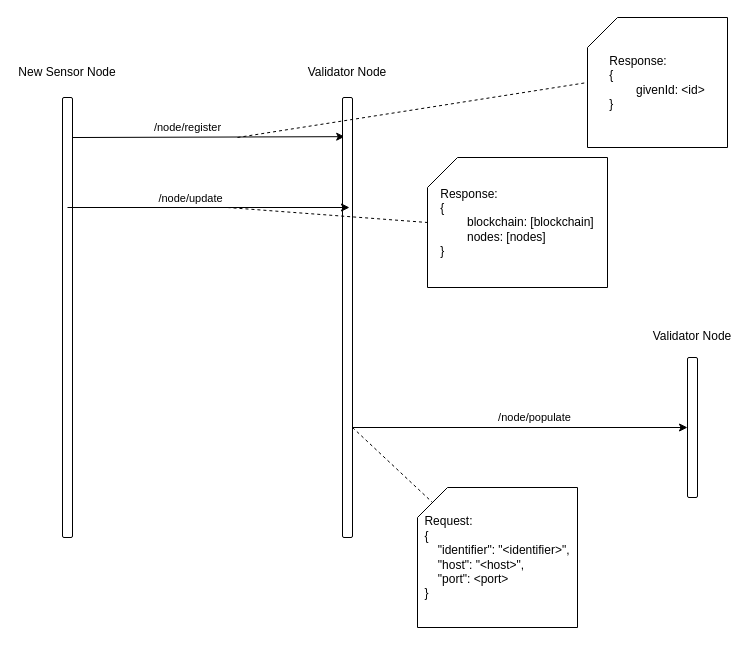
pjpawel/pos-iot keeps this draw.io diagram as page "RegistrationProcess" (4 of 6) of schematy.drawio. Above is the earlier version. Source tidied: cells renumbered, new cells numbered last; positions are measured from the earlier drawing's top-left corner, leaving out a move shared by most shapes. Both pictures are drawn from the tidied source at 100%, with x=0, y=0 at pixel (17, 17).
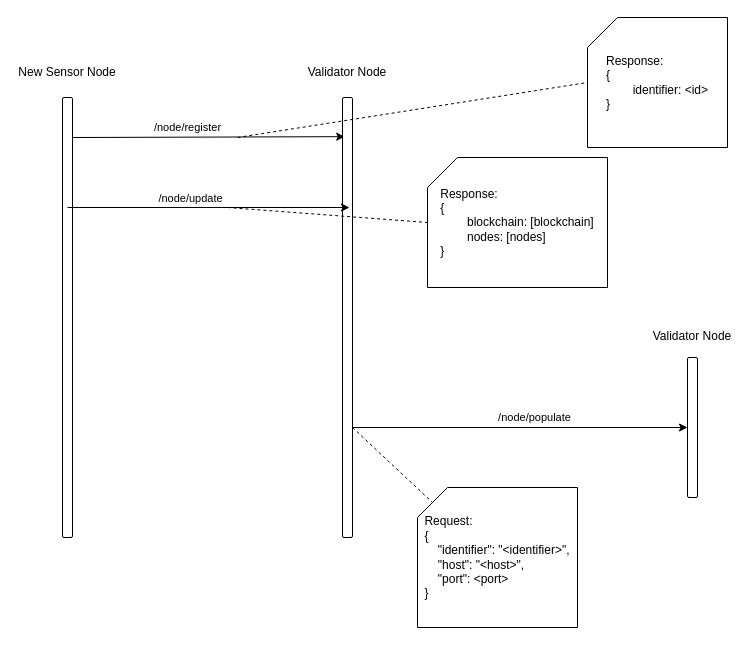
Above is the later version.

The edit, as a diff of the source:
```diff
@@
-    <mxCell id="10" value="&lt;div style=&quot;text-align: left;&quot;&gt;&lt;span style=&quot;background-color: initial;&quot;&gt;Response:&lt;/span&gt;&lt;/div&gt;&lt;div style=&quot;text-align: left;&quot;&gt;&lt;span style=&quot;background-color: initial;&quot;&gt;{&lt;/span&gt;&lt;/div&gt;&lt;div style=&quot;text-align: left;&quot;&gt;&lt;span style=&quot;background-color: initial; white-space: pre;&quot;&gt;&#9;&lt;/span&gt;givenId: &amp;lt;id&amp;gt;&lt;/div&gt;&lt;div style=&quot;text-align: left;&quot;&gt;&lt;span style=&quot;background-color: initial;&quot;&gt;}&lt;/span&gt;&lt;/div&gt;" style="shape=card;whiteSpace=wrap;html=1;" parent="1" vertex="1">
+    <mxCell id="10" value="&lt;div style=&quot;text-align: left;&quot;&gt;&lt;span style=&quot;background-color: initial;&quot;&gt;Response:&lt;/span&gt;&lt;/div&gt;&lt;div style=&quot;text-align: left;&quot;&gt;&lt;span style=&quot;background-color: initial;&quot;&gt;{&lt;/span&gt;&lt;/div&gt;&lt;div style=&quot;text-align: left;&quot;&gt;&lt;span style=&quot;background-color: initial; white-space: pre;&quot;&gt;&#9;&lt;/span&gt;identifier: &amp;lt;id&amp;gt;&lt;/div&gt;&lt;div style=&quot;text-align: left;&quot;&gt;&lt;span style=&quot;background-color: initial;&quot;&gt;}&lt;/span&gt;&lt;/div&gt;" style="shape=card;whiteSpace=wrap;html=1;" parent="1" vertex="1">
       <mxGeometry x="570" width="140" height="130" as="geometry" />
     </mxCell>
```
